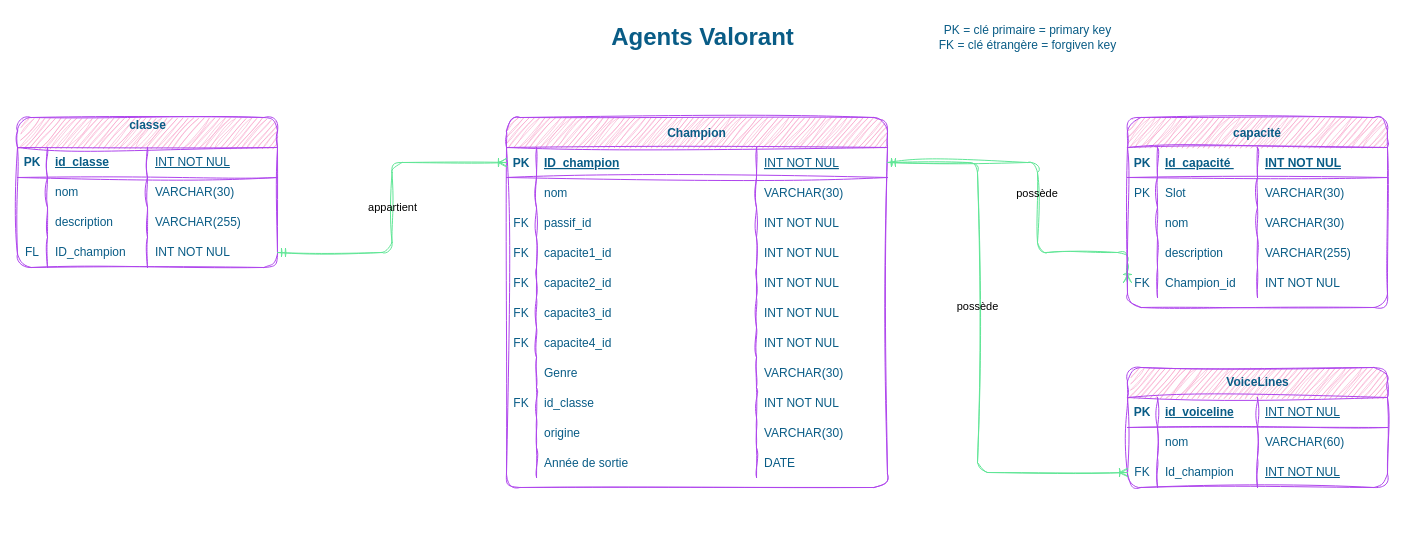
CamilleSimon/BTS2-CIEL-IR-MCD-2024-2025 keeps this draw.io diagram as MCD_Agents_Valorant.drawio. Above is the earlier version. Source tidied: cells renumbered, new cells numbered last; positions are measured from the earlier drawing's top-left corner, leaving out a move shared by most shapes. Both pictures are drawn from the tidied source at 100%, with x=0, y=0 at pixel (17, 17).
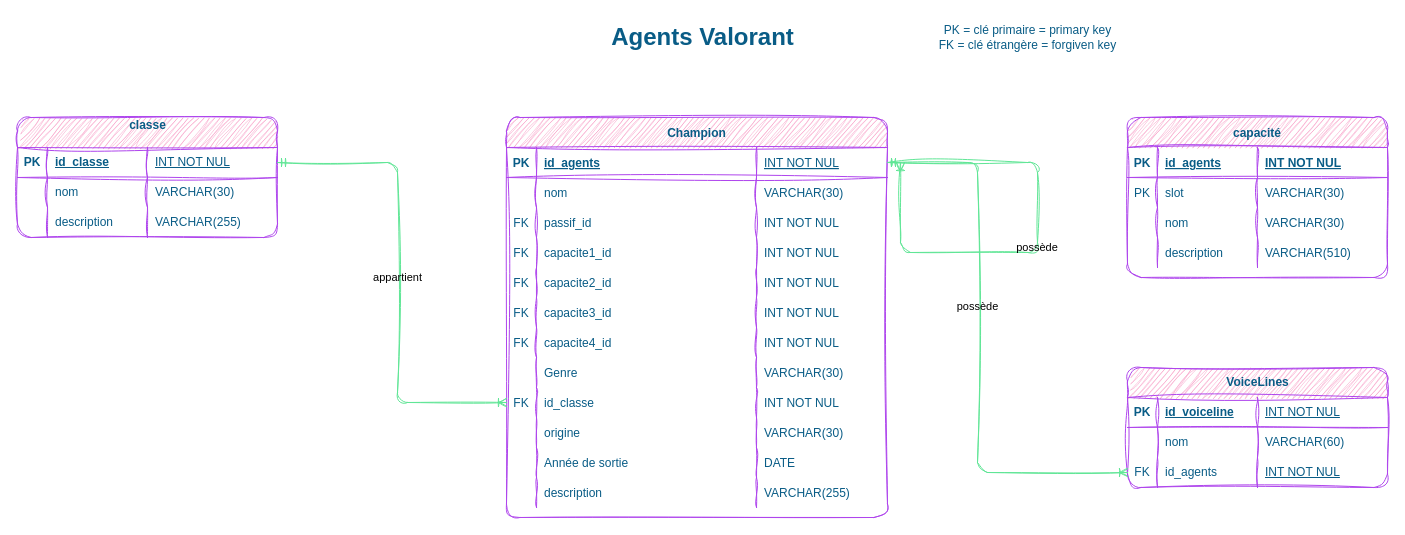
The same page after the edit.

Commit message:
Mettre à jour MCD_Agents_Valorant.drawio

Unchanged cells that the change refers to:
```xml
<mxCell id="4" style="shape=partialRectangle;fillColor=none;points=[[0,0.5],[1,0.5]];portConstraint=eastwest;top=0;left=0;right=0;bottom=1;rounded=1;labelBackgroundColor=none;strokeColor=#AF45ED;fontColor=#095C86;sketch=1;curveFitting=1;jiggle=2;" parent="3" vertex="1">
  <mxGeometry y="30" width="381" height="30" as="geometry" />
</mxCell>
<mxCell id="36" style="shape=partialRectangle;fillColor=none;points=[[0,0.5],[1,0.5]];portConstraint=eastwest;top=0;left=0;right=0;bottom=0;rounded=1;labelBackgroundColor=none;strokeColor=#AF45ED;fontColor=#095C86;sketch=1;curveFitting=1;jiggle=2;" parent="3" vertex="1">
  <mxGeometry y="270" width="381" height="30" as="geometry" />
</mxCell>
<mxCell id="49" style="shape=partialRectangle;fillColor=none;top=0;left=0;right=0;bottom=1;rounded=1;labelBackgroundColor=none;strokeColor=#AF45ED;fontColor=#095C86;sketch=1;curveFitting=1;jiggle=2;" parent="48" vertex="1">
  <mxGeometry y="30" width="260" height="30" as="geometry" />
</mxCell>
<mxCell id="53" style="shape=partialRectangle;fillColor=none;top=0;left=0;right=0;bottom=0;rounded=1;labelBackgroundColor=none;strokeColor=#AF45ED;fontColor=#095C86;sketch=1;curveFitting=1;jiggle=2;" parent="48" vertex="1">
  <mxGeometry y="60" width="260" height="30" as="geometry" />
</mxCell>
<mxCell id="61" style="shape=partialRectangle;fillColor=none;top=0;left=0;right=0;bottom=0;rounded=1;labelBackgroundColor=none;strokeColor=#AF45ED;fontColor=#095C86;sketch=1;curveFitting=1;jiggle=2;" parent="48" vertex="1">
  <mxGeometry y="120" width="260" height="30" as="geometry" />
</mxCell>
<mxCell id="96" style="shape=tableRow;horizontal=0;startSize=0;swimlaneHead=0;swimlaneBody=0;fillColor=none;points=[[0,0.5],[1,0.5]];portConstraint=eastwest;top=0;left=0;right=0;bottom=0;rounded=1;labelBackgroundColor=none;strokeColor=#AF45ED;fontColor=#095C86;sketch=1;curveFitting=1;jiggle=2;" parent="87" vertex="1">
  <mxGeometry y="90" width="260" height="30" as="geometry" />
</mxCell>
```

Diff of the diagram source:
```diff
@@
-    <mxCell id="2" value="possède" style="edgeStyle=orthogonalEdgeStyle;endArrow=ERoneToMany;startArrow=ERone;endFill=0;startFill=0;entryX=0;entryY=0.5;entryDx=0;entryDy=0;exitX=1;exitY=0.5;exitDx=0;exitDy=0;rounded=1;labelBackgroundColor=none;strokeColor=#60E696;fontColor=default;sketch=1;curveFitting=1;jiggle=2;" parent="1" edge="1" source="4" target="65">
+    <mxCell id="2" value="possède" style="edgeStyle=orthogonalEdgeStyle;endArrow=ERoneToMany;startArrow=ERone;endFill=0;startFill=0;entryX=0;entryY=0.5;entryDx=0;entryDy=0;exitX=1;exitY=0.5;exitDx=0;exitDy=0;rounded=1;labelBackgroundColor=none;strokeColor=#60E696;fontColor=default;sketch=1;curveFitting=1;jiggle=2;" parent="1" edge="1" source="4">
       <mxGeometry relative="1" as="geometry">
+        <mxPoint x="883" y="145" as="targetPoint" />
         <Array as="points">
           <mxPoint x="1020" y="145" />
           <mxPoint x="1020" y="235" />
         </Array>
       </mxGeometry>
     </mxCell>
     <mxCell id="3" value="Champion" style="shape=table;startSize=30;childLayout=tableLayout;rowLines=0;fontStyle=1;align=center;rounded=1;labelBackgroundColor=none;fillColor=#F694C1;strokeColor=#AF45ED;fontColor=#095C86;sketch=1;curveFitting=1;jiggle=2;" parent="1" vertex="1">
-      <mxGeometry x="489" y="100" width="381" height="370" as="geometry" />
+      <mxGeometry x="489" y="100" width="381" height="400" as="geometry" />
     </mxCell>
@@
-    <mxCell id="6" value="ID_champion" style="shape=partialRectangle;overflow=hidden;fillColor=none;top=0;left=0;bottom=0;right=0;align=left;spacingLeft=6;fontStyle=5;rounded=1;labelBackgroundColor=none;strokeColor=#AF45ED;fontColor=#095C86;sketch=1;curveFitting=1;jiggle=2;" parent="4" vertex="1">
+    <mxCell id="6" value="id_agents" style="shape=partialRectangle;overflow=hidden;fillColor=none;top=0;left=0;bottom=0;right=0;align=left;spacingLeft=6;fontStyle=5;rounded=1;labelBackgroundColor=none;strokeColor=#AF45ED;fontColor=#095C86;sketch=1;curveFitting=1;jiggle=2;" parent="4" vertex="1">
       <mxGeometry x="30" width="220" height="30" as="geometry" />
     </mxCell>
@@
+    <mxCell id="103" style="shape=partialRectangle;fillColor=none;top=0;left=0;right=0;bottom=0;rounded=1;labelBackgroundColor=none;strokeColor=#AF45ED;fontColor=#095C86;sketch=1;curveFitting=1;jiggle=2;" parent="3" vertex="1">
+      <mxGeometry y="360" width="381" height="30" as="geometry" />
+    </mxCell>
+    <mxCell id="104" style="shape=partialRectangle;overflow=hidden;fillColor=none;top=0;left=0;bottom=0;right=0;rounded=1;labelBackgroundColor=none;strokeColor=#AF45ED;fontColor=#095C86;sketch=1;curveFitting=1;jiggle=2;" parent="103" vertex="1">
+      <mxGeometry width="30" height="30" as="geometry" />
+    </mxCell>
+    <mxCell id="105" value="description" style="shape=partialRectangle;overflow=hidden;fillColor=none;top=0;left=0;bottom=0;right=0;align=left;spacingLeft=6;rounded=1;labelBackgroundColor=none;strokeColor=#AF45ED;fontColor=#095C86;sketch=1;curveFitting=1;jiggle=2;" parent="103" vertex="1">
+      <mxGeometry x="30" width="220" height="30" as="geometry" />
+    </mxCell>
+    <mxCell id="106" value="VARCHAR(255)" style="shape=partialRectangle;overflow=hidden;fillColor=none;top=0;left=0;bottom=0;right=0;align=left;spacingLeft=6;rounded=1;labelBackgroundColor=none;strokeColor=#AF45ED;fontColor=#095C86;sketch=1;curveFitting=1;jiggle=2;" parent="103" vertex="1">
+      <mxGeometry x="250" width="131" height="30" as="geometry" />
+    </mxCell>
     <mxCell id="48" value="capacité" style="shape=table;startSize=30;childLayout=tableLayout;rowLines=0;fontStyle=1;align=center;rounded=1;labelBackgroundColor=none;fillColor=#F694C1;strokeColor=#AF45ED;fontColor=#095C86;sketch=1;curveFitting=1;jiggle=2;" parent="1" vertex="1">
-      <mxGeometry x="1110" y="100" width="260" height="190" as="geometry" />
+      <mxGeometry x="1110" y="100" width="260" height="160" as="geometry" />
     </mxCell>
@@
-    <mxCell id="51" value="Id_capacité " style="shape=partialRectangle;overflow=hidden;fillColor=none;top=0;left=0;bottom=0;right=0;align=left;spacingLeft=6;fontStyle=5;rounded=1;labelBackgroundColor=none;strokeColor=#AF45ED;fontColor=#095C86;sketch=1;curveFitting=1;jiggle=2;" parent="49" vertex="1">
+    <mxCell id="51" value="id_agents" style="shape=partialRectangle;overflow=hidden;fillColor=none;top=0;left=0;bottom=0;right=0;align=left;spacingLeft=6;fontStyle=5;rounded=1;labelBackgroundColor=none;strokeColor=#AF45ED;fontColor=#095C86;sketch=1;curveFitting=1;jiggle=2;" parent="49" vertex="1">
       <mxGeometry x="30" width="100" height="30" as="geometry" />
     </mxCell>
@@
-    <mxCell id="55" value="Slot" style="shape=partialRectangle;overflow=hidden;fillColor=none;top=0;left=0;bottom=0;right=0;align=left;spacingLeft=6;rounded=1;labelBackgroundColor=none;strokeColor=#AF45ED;fontColor=#095C86;sketch=1;curveFitting=1;jiggle=2;" parent="53" vertex="1">
+    <mxCell id="55" value="slot" style="shape=partialRectangle;overflow=hidden;fillColor=none;top=0;left=0;bottom=0;right=0;align=left;spacingLeft=6;rounded=1;labelBackgroundColor=none;strokeColor=#AF45ED;fontColor=#095C86;sketch=1;curveFitting=1;jiggle=2;" parent="53" vertex="1">
       <mxGeometry x="30" width="100" height="30" as="geometry" />
     </mxCell>
@@
-    <mxCell id="64" value="VARCHAR(255)" style="shape=partialRectangle;overflow=hidden;fillColor=none;top=0;left=0;bottom=0;right=0;align=left;spacingLeft=6;rounded=1;labelBackgroundColor=none;strokeColor=#AF45ED;fontColor=#095C86;sketch=1;curveFitting=1;jiggle=2;" parent="61" vertex="1">
+    <mxCell id="64" value="VARCHAR(510)" style="shape=partialRectangle;overflow=hidden;fillColor=none;top=0;left=0;bottom=0;right=0;align=left;spacingLeft=6;rounded=1;labelBackgroundColor=none;strokeColor=#AF45ED;fontColor=#095C86;sketch=1;curveFitting=1;jiggle=2;" parent="61" vertex="1">
       <mxGeometry x="130" width="130" height="30" as="geometry" />
     </mxCell>
-    <mxCell id="65" style="shape=partialRectangle;fillColor=none;points=[[0,0.5],[1,0.5]];portConstraint=eastwest;top=0;left=0;right=0;bottom=0;rounded=1;labelBackgroundColor=none;strokeColor=#AF45ED;fontColor=#095C86;sketch=1;curveFitting=1;jiggle=2;" parent="48" vertex="1">
-      <mxGeometry y="150" width="260" height="30" as="geometry" />
-    </mxCell>
-    <mxCell id="66" value="FK" style="shape=partialRectangle;overflow=hidden;fillColor=none;top=0;left=0;bottom=0;right=0;rounded=1;labelBackgroundColor=none;strokeColor=#AF45ED;fontColor=#095C86;sketch=1;curveFitting=1;jiggle=2;" parent="65" vertex="1">
-      <mxGeometry width="30" height="30" as="geometry" />
-    </mxCell>
-    <mxCell id="67" value="Champion_id" style="shape=partialRectangle;overflow=hidden;fillColor=none;top=0;left=0;bottom=0;right=0;align=left;spacingLeft=6;rounded=1;labelBackgroundColor=none;strokeColor=#AF45ED;fontColor=#095C86;sketch=1;curveFitting=1;jiggle=2;" parent="65" vertex="1">
-      <mxGeometry x="30" width="100" height="30" as="geometry" />
-    </mxCell>
-    <mxCell id="68" value="INT NOT NUL" style="shape=partialRectangle;overflow=hidden;fillColor=none;top=0;left=0;bottom=0;right=0;align=left;spacingLeft=6;rounded=1;labelBackgroundColor=none;strokeColor=#AF45ED;fontColor=#095C86;sketch=1;curveFitting=1;jiggle=2;" parent="65" vertex="1">
-      <mxGeometry x="130" width="130" height="30" as="geometry" />
-    </mxCell>
@@
     <mxCell id="70" value="classe&lt;div&gt;&lt;br&gt;&lt;/div&gt;" style="shape=table;startSize=30;childLayout=tableLayout;rowLines=0;fontStyle=1;align=center;html=1;rounded=1;labelBackgroundColor=none;fillColor=#F694C1;strokeColor=#AF45ED;fontColor=#095C86;sketch=1;curveFitting=1;jiggle=2;" parent="1" vertex="1">
-      <mxGeometry y="100" width="260" height="150" as="geometry" />
+      <mxGeometry y="100" width="260" height="120" as="geometry" />
     </mxCell>
@@
-    <mxCell id="83" style="shape=tableRow;horizontal=0;startSize=0;swimlaneHead=0;swimlaneBody=0;fillColor=none;points=[[0,0.5],[1,0.5]];portConstraint=eastwest;top=0;left=0;right=0;bottom=0;rounded=1;labelBackgroundColor=none;strokeColor=#AF45ED;fontColor=#095C86;sketch=1;curveFitting=1;jiggle=2;" parent="70" vertex="1">
-      <mxGeometry y="120" width="260" height="30" as="geometry" />
-    </mxCell>
-    <mxCell id="84" value="FL" style="shape=partialRectangle;fillColor=none;top=0;left=0;bottom=0;right=0;overflow=hidden;whiteSpace=wrap;html=1;rounded=1;labelBackgroundColor=none;strokeColor=#AF45ED;fontColor=#095C86;sketch=1;curveFitting=1;jiggle=2;" parent="83" vertex="1">
-      <mxGeometry width="30" height="30" as="geometry" />
-    </mxCell>
-    <mxCell id="85" value="ID_champion" style="shape=partialRectangle;fillColor=none;top=0;left=0;bottom=0;right=0;align=left;spacingLeft=6;overflow=hidden;whiteSpace=wrap;html=1;rounded=1;labelBackgroundColor=none;strokeColor=#AF45ED;fontColor=#095C86;sketch=1;curveFitting=1;jiggle=2;" parent="83" vertex="1">
-      <mxGeometry x="30" width="100" height="30" as="geometry" />
-    </mxCell>
-    <mxCell id="86" value="&lt;span style=&quot;text-wrap: nowrap;&quot;&gt;INT NOT NUL&lt;/span&gt;" style="shape=partialRectangle;fillColor=none;top=0;left=0;bottom=0;right=0;align=left;spacingLeft=6;overflow=hidden;whiteSpace=wrap;html=1;rounded=1;labelBackgroundColor=none;strokeColor=#AF45ED;fontColor=#095C86;sketch=1;curveFitting=1;jiggle=2;" parent="83" vertex="1">
-      <mxGeometry x="130" width="130" height="30" as="geometry" />
-    </mxCell>
@@
-    <mxCell id="98" value="Id_champion" style="shape=partialRectangle;fillColor=none;top=0;left=0;bottom=0;right=0;align=left;spacingLeft=6;overflow=hidden;whiteSpace=wrap;html=1;rounded=1;labelBackgroundColor=none;strokeColor=#AF45ED;fontColor=#095C86;sketch=1;curveFitting=1;jiggle=2;" parent="96" vertex="1">
+    <mxCell id="98" value="id_agents" style="shape=partialRectangle;fillColor=none;top=0;left=0;bottom=0;right=0;align=left;spacingLeft=6;overflow=hidden;whiteSpace=wrap;html=1;rounded=1;labelBackgroundColor=none;strokeColor=#AF45ED;fontColor=#095C86;sketch=1;curveFitting=1;jiggle=2;" parent="96" vertex="1">
       <mxGeometry x="30" width="100" height="30" as="geometry" />
     </mxCell>
@@
-    <mxCell id="100" value="appartient" style="edgeStyle=orthogonalEdgeStyle;rounded=1;jettySize=auto;html=1;exitX=1;exitY=0.5;exitDx=0;exitDy=0;entryX=0;entryY=0.5;entryDx=0;entryDy=0;endArrow=ERoneToMany;endFill=0;startArrow=ERmandOne;startFill=0;labelBackgroundColor=none;strokeColor=#60E696;fontColor=default;sketch=1;curveFitting=1;jiggle=2;" parent="1" edge="1" source="83" target="4">
-      <mxGeometry relative="1" as="geometry" />
+    <mxCell id="100" value="appartient" style="edgeStyle=orthogonalEdgeStyle;rounded=1;jettySize=auto;html=1;entryX=0;entryY=0.5;entryDx=0;entryDy=0;endArrow=ERoneToMany;endFill=0;startArrow=ERmandOne;startFill=0;labelBackgroundColor=none;strokeColor=#60E696;fontColor=default;sketch=1;curveFitting=1;jiggle=2;" parent="1" edge="1" target="36">
+      <mxGeometry relative="1" as="geometry">
+        <mxPoint x="260" y="145" as="sourcePoint" />
+        <Array as="points">
+          <mxPoint x="380" y="145" />
+          <mxPoint x="380" y="385" />
+        </Array>
+      </mxGeometry>
     </mxCell>
```
